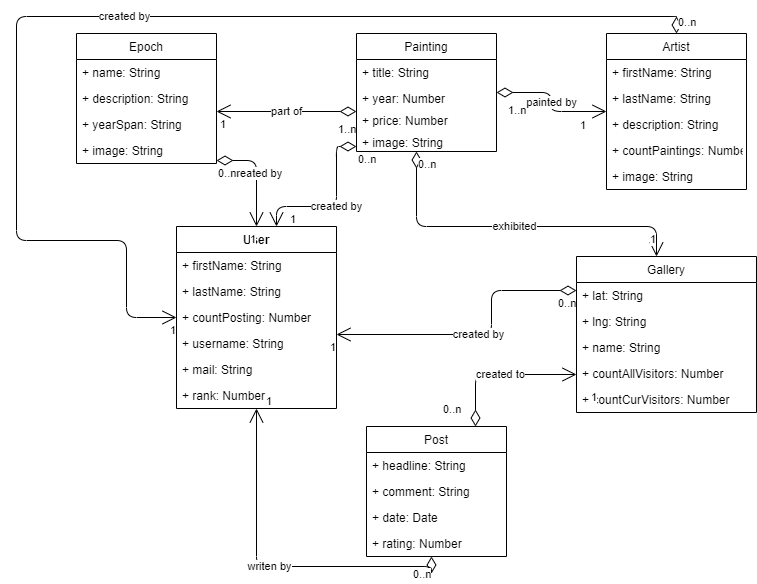
Above: diagrams/schemas-v2.png in KonsumGandalf/AsteoBackend (draw.io), before the change. Source tidied: cells renumbered, new cells last; positions are measured from the earlier drawing's top-left corner, leaving out a move shared by most shapes.
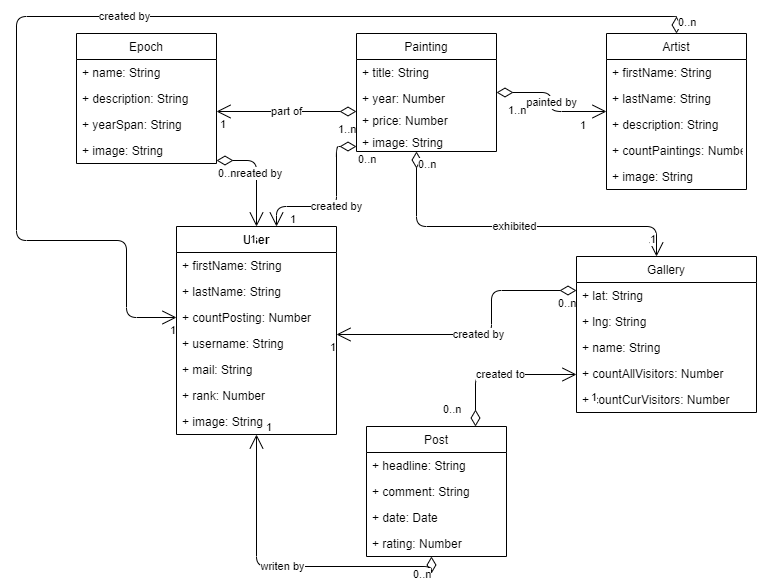
The same diagram one commit later.

Change to the diagram source:
```diff
@@ -51,7 +51,7 @@
       <mxGeometry y="130" width="180" height="26" as="geometry" />
     </mxCell>
     <mxCell id="18" value="User" style="swimlane;fontStyle=1;align=center;verticalAlign=top;horizontal=1;startSize=26;" parent="1" vertex="1">
-      <mxGeometry x="160" y="210" width="160" height="182" as="geometry" />
+      <mxGeometry x="160" y="210" width="160" height="208" as="geometry" />
     </mxCell>
     <mxCell id="19" value="+ firstName: String" style="text;strokeColor=none;fillColor=none;align=left;verticalAlign=top;spacingLeft=4;spacingRight=4;overflow=hidden;" parent="18" vertex="1">
       <mxGeometry y="26" width="160" height="26" as="geometry" />
@@ -71,6 +71,9 @@
     <mxCell id="24" value="+ rank: Number" style="text;strokeColor=none;fillColor=none;align=left;verticalAlign=top;spacingLeft=4;spacingRight=4;overflow=hidden;" parent="18" vertex="1">
       <mxGeometry y="156" width="160" height="26" as="geometry" />
     </mxCell>
+    <mxCell id="63" value="+ image: String" style="text;strokeColor=none;fillColor=none;align=left;verticalAlign=top;spacingLeft=4;spacingRight=4;overflow=hidden;" parent="18" vertex="1">
+      <mxGeometry y="182" width="160" height="26" as="geometry" />
+    </mxCell>
     <mxCell id="25" value="Artist" style="swimlane;fontStyle=0;horizontal=1;startSize=26;fillColor=default;" parent="1" vertex="1">
       <mxGeometry x="590" y="17" width="140" height="156" as="geometry" />
     </mxCell>
```
